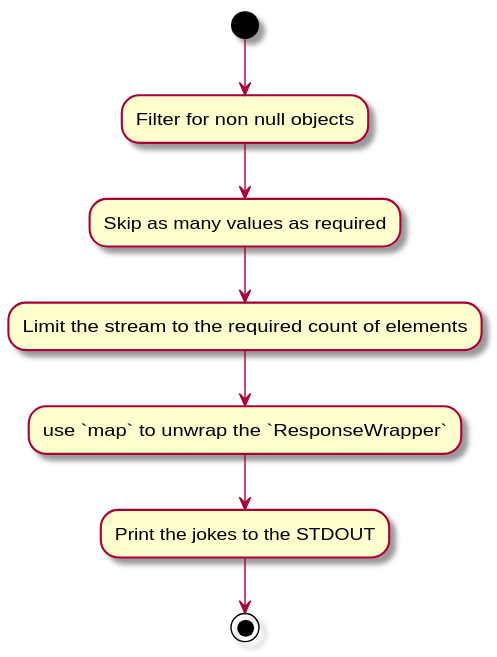
This is Assignment_12/12-functional-cli/assets/images/StreamFlow.svg from davidg-h/Software_Architecture, a PlantUML export, as it was before one commit. Source of this version:
```plantuml
@startuml StreamFlow

(*) --> "Filter for non null objects"
--> "Skip as many values as required"
--> "Limit the stream to the required count of elements"
--> "use `map` to unwrap the `ResponseWrapper`"
--> "Print the jokes to the STDOUT"
--> (*)

@enduml
```
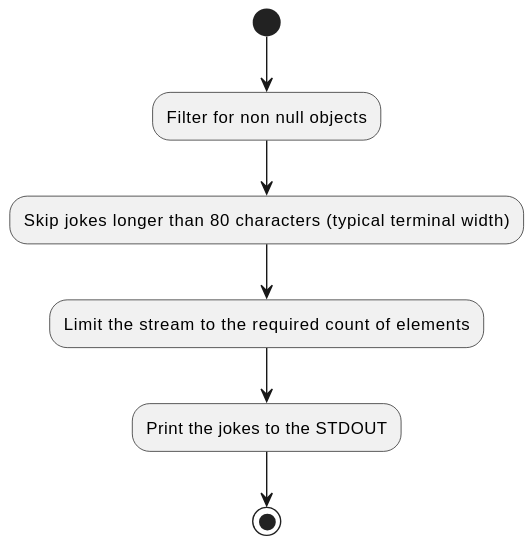
After the change.

The edit, as a diff of the source:
```diff
@@ -1,10 +1,7 @@
-@startuml StreamFlow
-
+@startuml
 (*) --> "Filter for non null objects"
---> "Skip as many values as required"
+--> "Skip jokes longer than 80 characters (typical terminal width)"
 --> "Limit the stream to the required count of elements"
---> "use `map` to unwrap the `ResponseWrapper`"
 --> "Print the jokes to the STDOUT"
 --> (*)
-
 @enduml
```
